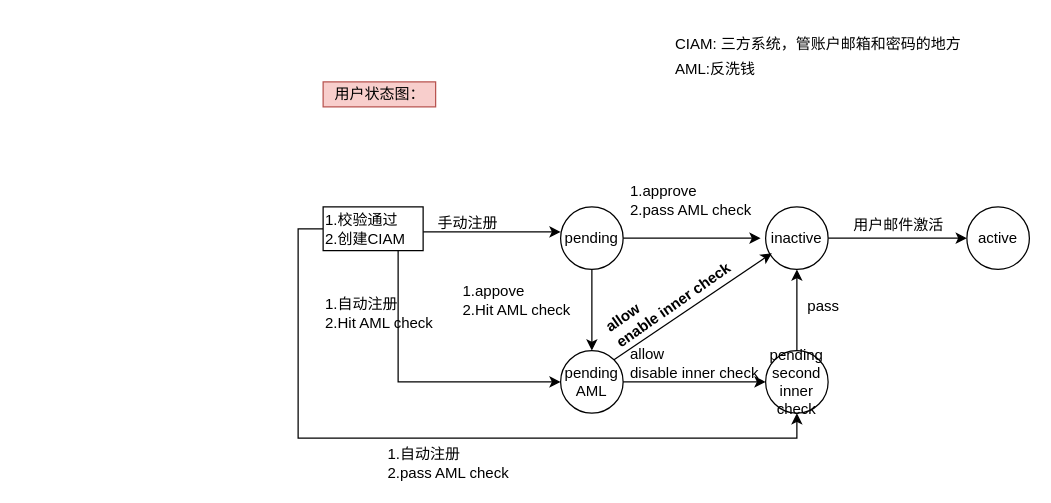
The draw.io diagram page "income-usercenter-status" (10 of 13) of Untitled Diagram.drawio in wang86924324/workstation, before the edit. Source tidied: cells renumbered, new cells numbered last; positions are measured from the earlier drawing's top-left corner, leaving out a move shared by most shapes. Both pictures are drawn from the tidied source at 125%, with x=0, y=0 at pixel (322, 31).
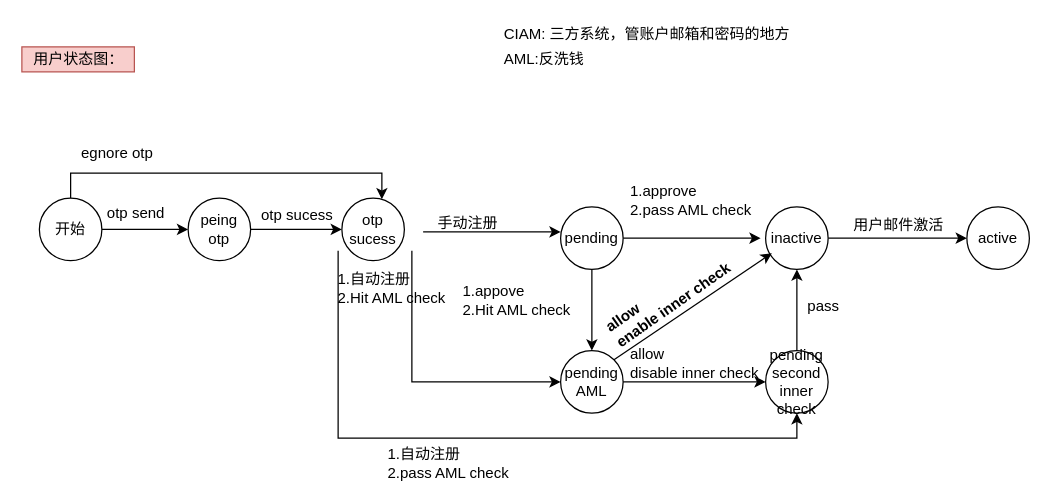
The same diagram, later.

Unchanged cells that the change refers to:
```xml
<mxCell id="26" value="pending&lt;br&gt;second inner check" style="ellipse;whiteSpace=wrap;html=1;" parent="1" vertex="1">
  <mxGeometry x="354" y="255" width="50" height="50" as="geometry" />
</mxCell>
```

Diff of the diagram source:
```diff
@@
     <mxCell id="4" value="用户状态图：" style="text;html=1;align=center;verticalAlign=middle;strokeColor=#b85450;fillColor=#f8cecc;" parent="1" vertex="1">
-      <mxGeometry y="40" width="90" height="20" as="geometry" />
+      <mxGeometry x="-241" y="12" width="90" height="20" as="geometry" />
     </mxCell>
@@
     <mxCell id="18" value="CIAM: 三方系统，管账户邮箱和密码的地方" style="text;html=1;strokeColor=none;fillColor=none;align=left;verticalAlign=middle;whiteSpace=wrap;rounded=0;" parent="1" vertex="1">
-      <mxGeometry x="280" width="240" height="20" as="geometry" />
+      <mxGeometry x="143" y="-8" width="240" height="20" as="geometry" />
     </mxCell>
     <mxCell id="19" value="AML:反洗钱" style="text;html=1;strokeColor=none;fillColor=none;align=left;verticalAlign=middle;whiteSpace=wrap;rounded=0;" parent="1" vertex="1">
-      <mxGeometry x="280" y="20" width="130" height="20" as="geometry" />
+      <mxGeometry x="143" y="12" width="130" height="20" as="geometry" />
     </mxCell>
-    <mxCell id="20" style="edgeStyle=orthogonalEdgeStyle;rounded=0;orthogonalLoop=1;jettySize=auto;html=1;" parent="1" edge="1">
+    <mxCell id="20" style="edgeStyle=orthogonalEdgeStyle;rounded=0;orthogonalLoop=1;jettySize=auto;html=1;exitX=0.888;exitY=1;exitDx=0;exitDy=0;exitPerimeter=0;" parent="1" edge="1">
       <mxGeometry relative="1" as="geometry">
-        <mxPoint x="60" y="175" as="sourcePoint" />
+        <mxPoint x="71" y="175" as="sourcePoint" />
         <mxPoint x="190" y="280" as="targetPoint" />
         <Array as="points">
-          <mxPoint x="60" y="280" />
-          <mxPoint x="190" y="280" />
+          <mxPoint x="71" y="280" />
         </Array>
       </mxGeometry>
     </mxCell>
-    <mxCell id="21" style="edgeStyle=orthogonalEdgeStyle;rounded=0;jettySize=auto;html=1;exitX=0;exitY=0.5;exitDx=0;exitDy=0;entryX=0.5;entryY=1;entryDx=0;entryDy=0;" parent="1" edge="1" source="22" target="26">
-      <mxGeometry relative="1" as="geometry" />
+    <mxCell id="21" style="edgeStyle=orthogonalEdgeStyle;rounded=0;jettySize=auto;html=1;entryX=0.5;entryY=1;entryDx=0;entryDy=0;exitX=0.15;exitY=1;exitDx=0;exitDy=0;exitPerimeter=0;" parent="1" edge="1" target="26">
+      <mxGeometry relative="1" as="geometry">
+        <mxPoint x="12" y="175" as="sourcePoint" />
+        <Array as="points">
+          <mxPoint x="12" y="325" />
+          <mxPoint x="379" y="325" />
+        </Array>
+      </mxGeometry>
     </mxCell>
-    <mxCell id="22" value="1.校验通过&lt;br&gt;2.创建CIAM" style="rounded=0;whiteSpace=wrap;html=1;align=left;" parent="1" vertex="1">
-      <mxGeometry y="140" width="80" height="35" as="geometry" />
-    </mxCell>
     <mxCell id="23" value="1.自动注册&lt;br&gt;2.Hit AML check" style="text;html=1;align=left;verticalAlign=middle;strokeColor=none;" parent="1" vertex="1">
-      <mxGeometry y="210" width="100" height="30" as="geometry" />
+      <mxGeometry x="10" y="190" width="100" height="30" as="geometry" />
     </mxCell>
@@
+    <mxCell id="29" style="edgeStyle=orthogonalEdgeStyle;rounded=0;jettySize=auto;html=1;exitX=1;exitY=0.5;exitDx=0;exitDy=0;entryX=0;entryY=0.5;entryDx=0;entryDy=0;" parent="1" edge="1" source="30" target="32">
+      <mxGeometry relative="1" as="geometry" />
+    </mxCell>
+    <mxCell id="30" value="peing&lt;br&gt;otp" style="ellipse;whiteSpace=wrap;html=1;" parent="1" vertex="1">
+      <mxGeometry x="-108" y="133" width="50" height="50" as="geometry" />
+    </mxCell>
+    <mxCell id="31" style="edgeStyle=orthogonalEdgeStyle;rounded=0;jettySize=auto;html=1;exitX=1;exitY=0.5;exitDx=0;exitDy=0;entryX=0;entryY=0.5;entryDx=0;entryDy=0;" parent="1" edge="1" source="34" target="30">
+      <mxGeometry relative="1" as="geometry" />
+    </mxCell>
+    <mxCell id="32" value="otp sucess" style="ellipse;whiteSpace=wrap;html=1;" parent="1" vertex="1">
+      <mxGeometry x="15" y="133" width="50" height="50" as="geometry" />
+    </mxCell>
+    <mxCell id="33" style="edgeStyle=orthogonalEdgeStyle;rounded=0;jettySize=auto;html=1;exitX=0.5;exitY=0;exitDx=0;exitDy=0;entryX=0.64;entryY=0.02;entryDx=0;entryDy=0;entryPerimeter=0;" parent="1" edge="1" source="34" target="32">
+      <mxGeometry relative="1" as="geometry" />
+    </mxCell>
+    <mxCell id="34" value="开始" style="ellipse;whiteSpace=wrap;html=1;" parent="1" vertex="1">
+      <mxGeometry x="-227" y="133" width="50" height="50" as="geometry" />
+    </mxCell>
+    <mxCell id="35" value="otp send" style="text;html=1;align=center;verticalAlign=middle;strokeColor=none;" parent="1" vertex="1">
+      <mxGeometry x="-178" y="136" width="56" height="18" as="geometry" />
+    </mxCell>
+    <mxCell id="36" value="egnore otp" style="text;html=1;align=center;verticalAlign=middle;strokeColor=none;" parent="1" vertex="1">
+      <mxGeometry x="-199" y="88" width="67" height="18" as="geometry" />
+    </mxCell>
+    <mxCell id="37" value="otp sucess" style="text;html=1;align=center;verticalAlign=middle;strokeColor=none;" parent="1" vertex="1">
+      <mxGeometry x="-55" y="138" width="67" height="18" as="geometry" />
+    </mxCell>
```
